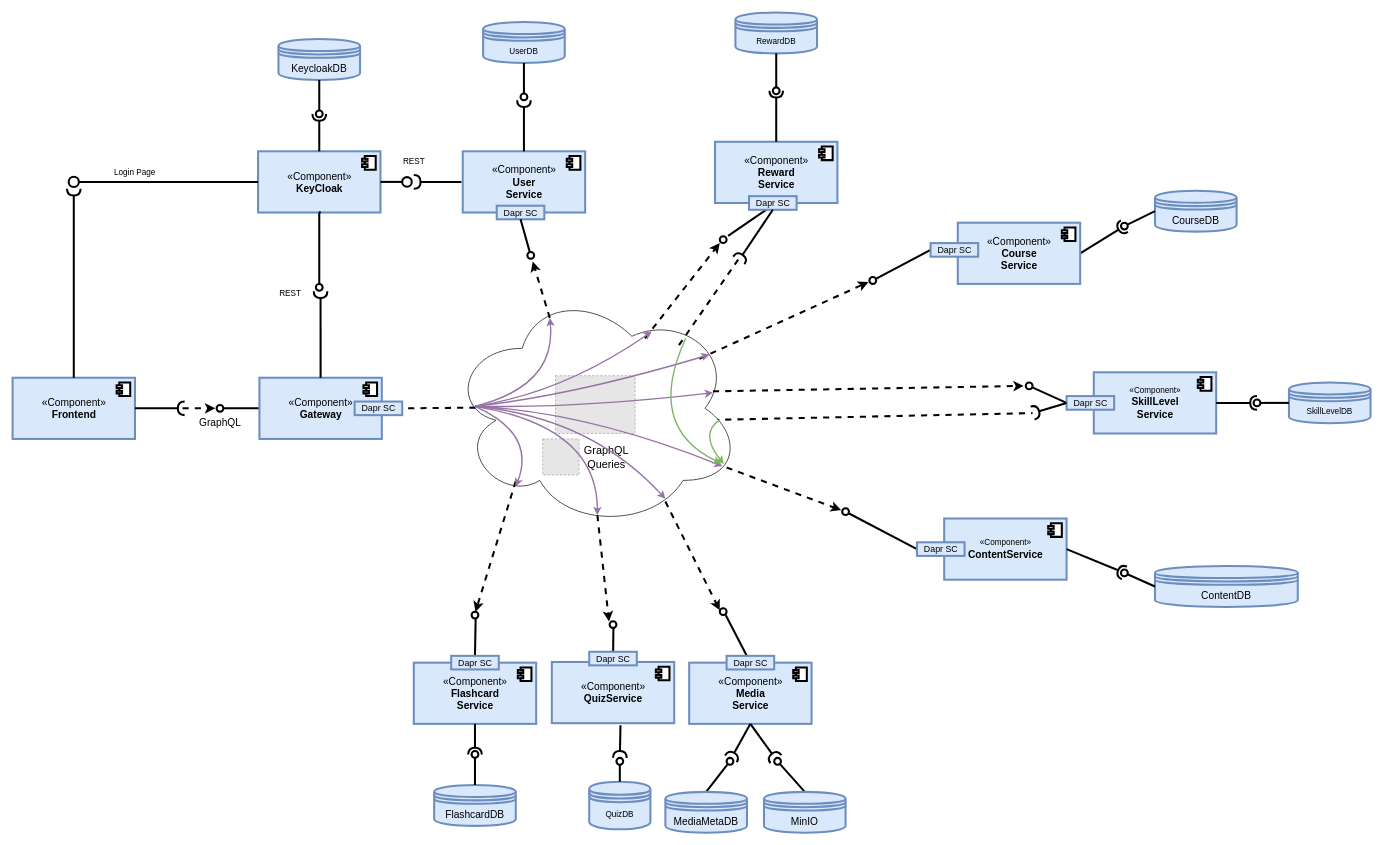
MEITREX/wiki keeps this draw.io diagram as dev-manuals/architecture/MEITREX-Microservice_Architecture.drawio. Above is the earlier version. Source tidied: cells renumbered, new cells numbered last; positions are measured from the earlier drawing's top-left corner, leaving out a move shared by most shapes. Both pictures are drawn from the tidied source at 68%, with x=0, y=0 at pixel (12, 12). Pictures stored in the file or linked from it are replaced by grey dashed boxes.
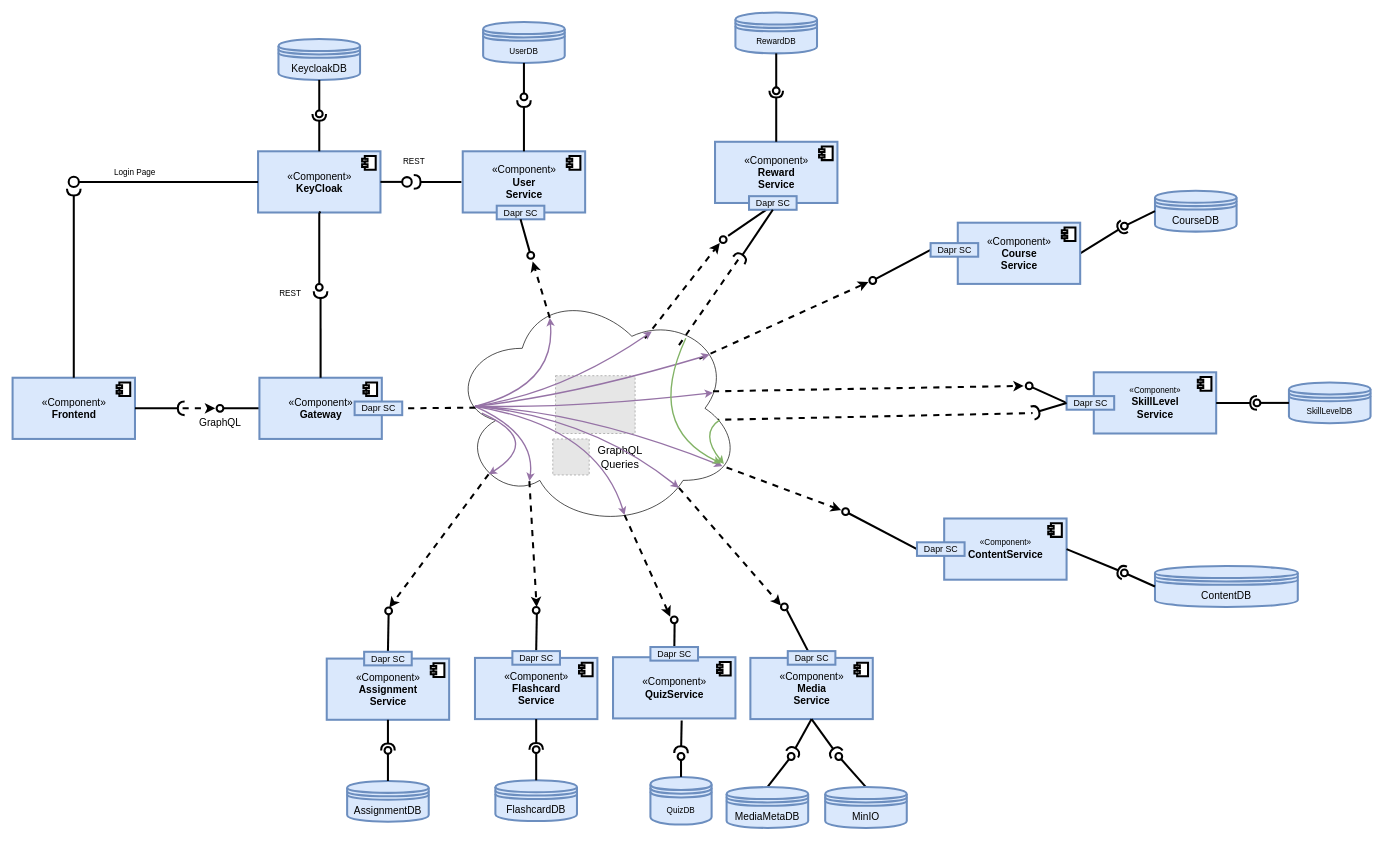
After the change.

Commit message (it also covers changes not shown here):
update architecture diagram

The edit, as a diff of the source:
```diff
@@
     <mxCell id="4" style="fillColor=#E6E6E6;strokeColor=#999999;dashed=1;verticalLabelPosition=bottom;labelBackgroundColor=default;verticalAlign=top;" parent="1" vertex="1">
-      <mxGeometry x="779.5" y="627" width="53.6" height="53" as="geometry" />
+      <mxGeometry x="794.4" y="627" width="53.6" height="53" as="geometry" />
     </mxCell>
     <mxCell id="5" value="&lt;div style=&quot;font-size: 16px;&quot;&gt;&lt;font style=&quot;font-size: 16px;&quot;&gt;GraphQL&lt;br style=&quot;font-size: 16px;&quot;&gt;Queries&lt;/font&gt;&lt;/div&gt;" style="text;html=1;align=center;verticalAlign=middle;strokeColor=none;fillColor=none;fontSize=16;" parent="1" vertex="1">
-      <mxGeometry x="828" y="629" width="90" height="50" as="geometry" />
+      <mxGeometry x="848" y="628.5" width="90" height="50" as="geometry" />
     </mxCell>
@@
     <mxCell id="10" value="&lt;font style=&quot;font-size: 15px;&quot;&gt;«Component»&lt;br&gt;&lt;b&gt;Media&lt;br&gt;Service&lt;/b&gt;&lt;/font&gt;" style="html=1;strokeWidth=3;fillColor=#dae8fc;strokeColor=#6c8ebf;" parent="1" vertex="1">
-      <mxGeometry x="995" y="956" width="180" height="90" as="geometry" />
+      <mxGeometry x="1085" y="949" width="180" height="90" as="geometry" />
     </mxCell>
@@
     <mxCell id="12" value="&lt;font style=&quot;font-size: 15px;&quot;&gt;«Component»&lt;br&gt;&lt;/font&gt;&lt;div&gt;&lt;font style=&quot;font-size: 15px;&quot;&gt;&lt;b&gt;QuizService&lt;/b&gt;&lt;/font&gt;&lt;/div&gt;" style="html=1;strokeWidth=3;fillColor=#dae8fc;strokeColor=#6c8ebf;" parent="1" vertex="1">
-      <mxGeometry x="793" y="955" width="180" height="90" as="geometry" />
+      <mxGeometry x="883" y="948" width="180" height="90" as="geometry" />
     </mxCell>
@@
     <mxCell id="15" style="ellipse;whiteSpace=wrap;html=1;fontFamily=Helvetica;fontSize=12;fontColor=#000000;align=center;strokeColor=#000000;fillColor=#ffffff;points=[];strokeWidth=3;" parent="1" vertex="1">
-      <mxGeometry x="878" y="895" width="10" height="10" as="geometry" />
+      <mxGeometry x="968" y="888" width="10" height="10" as="geometry" />
     </mxCell>
@@
     <mxCell id="21" value="&lt;div&gt;QuizDB&lt;/div&gt;" style="shape=datastore;whiteSpace=wrap;html=1;strokeWidth=3;fillColor=#dae8fc;strokeColor=#6c8ebf;" parent="1" vertex="1">
-      <mxGeometry x="848" y="1131" width="90" height="70" as="geometry" />
+      <mxGeometry x="938" y="1124" width="90" height="70" as="geometry" />
     </mxCell>
@@
     <mxCell id="24" style="ellipse;whiteSpace=wrap;html=1;fontFamily=Helvetica;fontSize=12;fontColor=#000000;align=center;strokeColor=#000000;fillColor=#ffffff;points=[];strokeWidth=3;" parent="1" vertex="1">
-      <mxGeometry x="888" y="1096" width="10" height="10" as="geometry" />
+      <mxGeometry x="978" y="1089" width="10" height="10" as="geometry" />
     </mxCell>
@@
     <mxCell id="36" style="ellipse;whiteSpace=wrap;html=1;fontFamily=Helvetica;fontSize=12;fontColor=#000000;align=center;strokeColor=#000000;fillColor=#ffffff;points=[];strokeWidth=3;" parent="1" vertex="1">
-      <mxGeometry x="1120" y="1096" width="10" height="10" as="geometry" />
+      <mxGeometry x="1210" y="1089" width="10" height="10" as="geometry" />
     </mxCell>
     <mxCell id="37" value="&lt;font style=&quot;font-size: 15px;&quot;&gt;MinIO&lt;/font&gt;" style="shape=datastore;whiteSpace=wrap;html=1;strokeWidth=3;fillColor=#dae8fc;strokeColor=#6c8ebf;" parent="1" vertex="1">
-      <mxGeometry x="1105" y="1146" width="120" height="60" as="geometry" />
+      <mxGeometry x="1195" y="1139" width="120" height="60" as="geometry" />
     </mxCell>
@@
     <mxCell id="39" style="ellipse;whiteSpace=wrap;html=1;fontFamily=Helvetica;fontSize=12;fontColor=#000000;align=center;strokeColor=#000000;fillColor=#ffffff;points=[];strokeWidth=3;" parent="1" vertex="1">
-      <mxGeometry x="1040" y="876" width="10" height="10" as="geometry" />
+      <mxGeometry x="1130" y="869" width="10" height="10" as="geometry" />
     </mxCell>
@@
     <mxCell id="45" value="&lt;font style=&quot;font-size: 15px;&quot;&gt;MediaMetaDB&lt;/font&gt;" style="shape=datastore;whiteSpace=wrap;html=1;strokeWidth=3;fillColor=#dae8fc;strokeColor=#6c8ebf;" parent="1" vertex="1">
-      <mxGeometry x="960" y="1146" width="120" height="60" as="geometry" />
+      <mxGeometry x="1050" y="1139" width="120" height="60" as="geometry" />
     </mxCell>
     <mxCell id="46" style="ellipse;whiteSpace=wrap;html=1;fontFamily=Helvetica;fontSize=12;fontColor=#000000;align=center;strokeColor=#000000;fillColor=#ffffff;points=[];strokeWidth=3;" parent="1" vertex="1">
-      <mxGeometry x="1050" y="1096" width="10" height="10" as="geometry" />
+      <mxGeometry x="1140" y="1089" width="10" height="10" as="geometry" />
     </mxCell>
@@
     <mxCell id="66" value="&lt;font style=&quot;font-size: 15px;&quot;&gt;«Component»&lt;br&gt;&lt;b&gt;Flashcard&lt;br&gt;Service&lt;/b&gt;&lt;/font&gt;" style="html=1;strokeWidth=3;fillColor=#dae8fc;strokeColor=#6c8ebf;" parent="1" vertex="1">
-      <mxGeometry x="590" y="956" width="180" height="90" as="geometry" />
+      <mxGeometry x="680" y="949" width="180" height="90" as="geometry" />
     </mxCell>
@@
     <mxCell id="77" style="ellipse;whiteSpace=wrap;html=1;fontFamily=Helvetica;fontSize=12;fontColor=#000000;align=center;strokeColor=#000000;fillColor=#ffffff;points=[];strokeWidth=3;" parent="1" vertex="1">
-      <mxGeometry x="675" y="881" width="10" height="10" as="geometry" />
+      <mxGeometry x="765" y="874" width="10" height="10" as="geometry" />
     </mxCell>
     <mxCell id="78" value="&lt;font style=&quot;font-size: 15px;&quot;&gt;FlashcardDB&lt;/font&gt;" style="shape=datastore;whiteSpace=wrap;html=1;strokeWidth=3;fillColor=#dae8fc;strokeColor=#6c8ebf;" parent="1" vertex="1">
-      <mxGeometry x="620" y="1136" width="120" height="60" as="geometry" />
+      <mxGeometry x="710" y="1129" width="120" height="60" as="geometry" />
     </mxCell>
@@
     <mxCell id="81" style="ellipse;whiteSpace=wrap;html=1;fontFamily=Helvetica;fontSize=12;fontColor=#000000;align=center;strokeColor=#000000;fillColor=#ffffff;points=[];strokeWidth=3;" parent="1" vertex="1">
-      <mxGeometry x="675" y="1086" width="10" height="10" as="geometry" />
+      <mxGeometry x="765" y="1079" width="10" height="10" as="geometry" />
     </mxCell>
@@
     <mxCell id="86" value="&lt;font style=&quot;font-size: 13px;&quot;&gt;Dapr SC&lt;/font&gt;" style="html=1;strokeWidth=3;fillColor=#dae8fc;strokeColor=#6c8ebf;" parent="1" vertex="1">
-      <mxGeometry x="1050" y="946" width="70" height="20" as="geometry" />
+      <mxGeometry x="1140" y="939" width="70" height="20" as="geometry" />
     </mxCell>
     <mxCell id="87" value="&lt;font style=&quot;font-size: 13px;&quot;&gt;Dapr SC&lt;/font&gt;" style="html=1;strokeWidth=3;fillColor=#dae8fc;strokeColor=#6c8ebf;" parent="1" vertex="1">
-      <mxGeometry x="848" y="940" width="70" height="20" as="geometry" />
+      <mxGeometry x="938" y="933" width="70" height="20" as="geometry" />
     </mxCell>
     <mxCell id="88" value="&lt;font style=&quot;font-size: 13px;&quot;&gt;Dapr SC&lt;/font&gt;" style="html=1;strokeWidth=3;fillColor=#dae8fc;strokeColor=#6c8ebf;" parent="1" vertex="1">
-      <mxGeometry x="645" y="946" width="70" height="20" as="geometry" />
+      <mxGeometry x="735" y="939" width="70" height="20" as="geometry" />
     </mxCell>
@@
     <mxCell id="97" style="endArrow=classic;dashed=1;html=1;rounded=0;strokeWidth=3;endFill=1;entryX=-0.006;entryY=0.303;entryDx=0;entryDy=0;entryPerimeter=0;" parent="1" edge="1" target="39">
       <mxGeometry relative="1" as="geometry">
-        <mxPoint x="960" y="719" as="sourcePoint" />
+        <mxPoint x="980" y="699" as="sourcePoint" />
       </mxGeometry>
     </mxCell>
     <mxCell id="98" style="endArrow=classic;dashed=1;html=1;rounded=0;strokeWidth=3;endFill=1;entryX=-0.087;entryY=0.045;entryDx=0;entryDy=0;entryPerimeter=0;" parent="1" edge="1" target="15">
       <mxGeometry relative="1" as="geometry">
-        <mxPoint x="860" y="739" as="sourcePoint" />
+        <mxPoint x="900" y="739" as="sourcePoint" />
       </mxGeometry>
     </mxCell>
     <mxCell id="99" style="endArrow=classic;dashed=1;html=1;rounded=0;strokeWidth=3;endFill=1;entryX=0.567;entryY=0.033;entryDx=0;entryDy=0;entryPerimeter=0;" parent="1" edge="1" target="77">
       <mxGeometry relative="1" as="geometry">
-        <mxPoint x="740" y="689" as="sourcePoint" />
+        <mxPoint x="760" y="689" as="sourcePoint" />
       </mxGeometry>
     </mxCell>
@@
     <mxCell id="123" style="curved=1;endArrow=classic;html=1;rounded=0;fillColor=#e1d5e7;strokeColor=#9673a6;strokeWidth=2;" parent="1" edge="1">
       <mxGeometry relative="1" as="geometry">
         <mxPoint x="680" y="579" as="sourcePoint" />
-        <mxPoint x="960" y="715" as="targetPoint" />
+        <mxPoint x="980" y="699" as="targetPoint" />
         <Array as="points">
           <mxPoint x="850" y="595" />
         </Array>
       </mxGeometry>
     </mxCell>
     <mxCell id="124" style="curved=1;endArrow=classic;html=1;rounded=0;fillColor=#e1d5e7;strokeColor=#9673a6;strokeWidth=2;" parent="1" edge="1">
       <mxGeometry relative="1" as="geometry">
         <mxPoint x="680" y="579" as="sourcePoint" />
-        <mxPoint x="860" y="739" as="targetPoint" />
+        <mxPoint x="900" y="739" as="targetPoint" />
         <Array as="points">
           <mxPoint x="860" y="609" />
         </Array>
       </mxGeometry>
     </mxCell>
     <mxCell id="125" style="curved=1;endArrow=classic;html=1;rounded=0;fillColor=#e1d5e7;strokeColor=#9673a6;strokeWidth=2;" parent="1" edge="1">
       <mxGeometry relative="1" as="geometry">
         <mxPoint x="680" y="579" as="sourcePoint" />
-        <mxPoint x="740" y="697" as="targetPoint" />
+        <mxPoint x="760" y="689" as="targetPoint" />
         <Array as="points">
           <mxPoint x="770" y="619" />
         </Array>
       </mxGeometry>
     </mxCell>
@@
+    <mxCell id="133" style="curved=1;endArrow=classic;html=1;rounded=0;fillColor=#e1d5e7;strokeColor=#9673a6;strokeWidth=2;" parent="1" edge="1">
+      <mxGeometry relative="1" as="geometry">
+        <mxPoint x="690" y="589" as="sourcePoint" />
+        <mxPoint x="700" y="679" as="targetPoint" />
+        <Array as="points">
+          <mxPoint x="780" y="629" />
+        </Array>
+      </mxGeometry>
+    </mxCell>
+    <mxCell id="134" style="endArrow=classic;dashed=1;html=1;rounded=0;strokeWidth=3;endFill=1;entryX=0.6;entryY=0;entryDx=0;entryDy=0;entryPerimeter=0;" parent="1" edge="1" target="143">
+      <mxGeometry relative="1" as="geometry">
+        <mxPoint x="700" y="679" as="sourcePoint" />
+      </mxGeometry>
+    </mxCell>
+    <mxCell id="135" value="&lt;font style=&quot;font-size: 15px;&quot;&gt;«Component»&lt;br&gt;&lt;b&gt;Assignment&lt;br&gt;Service&lt;/b&gt;&lt;/font&gt;" style="html=1;strokeWidth=3;fillColor=#dae8fc;strokeColor=#6c8ebf;" parent="1" vertex="1">
+      <mxGeometry x="462" y="950" width="180" height="90" as="geometry" />
+    </mxCell>
+    <mxCell id="136" style="shape=module;jettyWidth=8;jettyHeight=4;strokeWidth=3;" parent="135" vertex="1">
+      <mxGeometry x="1" width="20" height="20" relative="1" as="geometry">
+        <mxPoint x="-27" y="7" as="offset" />
+      </mxGeometry>
+    </mxCell>
+    <mxCell id="137" style="rounded=0;jettySize=auto;html=1;endArrow=none;endFill=0;exitX=0.5;exitY=0;exitDx=0;exitDy=0;strokeWidth=3;entryX=0.6;entryY=0.883;entryDx=0;entryDy=0;entryPerimeter=0;" parent="1" edge="1" source="142">
+      <mxGeometry relative="1" as="geometry">
+        <mxPoint x="553" y="884" as="targetPoint" />
+      </mxGeometry>
+    </mxCell>
+    <mxCell id="138" value="&lt;font style=&quot;font-size: 15px;&quot;&gt;AssignmentDB&lt;/font&gt;" style="shape=datastore;whiteSpace=wrap;html=1;strokeWidth=3;fillColor=#dae8fc;strokeColor=#6c8ebf;" parent="1" vertex="1">
+      <mxGeometry x="492" y="1130" width="120" height="60" as="geometry" />
+    </mxCell>
+    <mxCell id="139" style="rounded=0;jettySize=auto;html=1;endArrow=none;endFill=0;exitX=0.5;exitY=0;exitDx=0;exitDy=0;strokeWidth=3;" parent="1" edge="1" source="138" target="141">
+      <mxGeometry relative="1" as="geometry" />
+    </mxCell>
+    <mxCell id="140" style="rounded=0;jettySize=auto;html=1;endArrow=halfCircle;endFill=0;entryX=0.5;entryY=0.5;entryDx=0;entryDy=0;endSize=6;strokeWidth=3;exitX=0.5;exitY=1;exitDx=0;exitDy=0;" parent="1" edge="1" source="135" target="141">
+      <mxGeometry relative="1" as="geometry" />
+    </mxCell>
+    <mxCell id="141" style="ellipse;whiteSpace=wrap;html=1;fontFamily=Helvetica;fontSize=12;fontColor=#000000;align=center;strokeColor=#000000;fillColor=#ffffff;points=[];strokeWidth=3;" parent="1" vertex="1">
+      <mxGeometry x="547" y="1080" width="10" height="10" as="geometry" />
+    </mxCell>
+    <mxCell id="142" value="&lt;font style=&quot;font-size: 13px;&quot;&gt;Dapr SC&lt;/font&gt;" style="html=1;strokeWidth=3;fillColor=#dae8fc;strokeColor=#6c8ebf;" parent="1" vertex="1">
+      <mxGeometry x="517" y="940" width="70" height="20" as="geometry" />
+    </mxCell>
+    <mxCell id="143" style="ellipse;whiteSpace=wrap;html=1;fontFamily=Helvetica;fontSize=12;fontColor=#000000;align=center;strokeColor=#000000;fillColor=#ffffff;points=[];strokeWidth=3;" parent="1" vertex="1">
+      <mxGeometry x="548" y="875" width="10" height="10" as="geometry" />
+    </mxCell>
```
